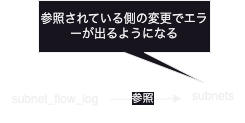
Above: error-propagation.png in paper2/terraform-for-each-error-sample (draw.io), before the change. Source tidied: cells renumbered, new cells last; positions are measured from the earlier drawing's top-left corner, leaving out a move shared by most shapes. The source it was exported from:
```xml
<mxGraphModel>
  <root>
    <mxCell id="0" />
    <mxCell id="1" parent="0" />
    <mxCell id="2" value="subnets" style="text;whiteSpace=wrap;align=center;" parent="1" vertex="1">
      <mxGeometry x="181" y="82" width="64" height="32" as="geometry" />
    </mxCell>
    <mxCell id="3" style="edgeStyle=orthogonalEdgeStyle;rounded=0;jettySize=auto;html=1;" parent="1" edge="1" source="5" target="2">
      <mxGeometry relative="1" as="geometry" />
    </mxCell>
    <mxCell id="4" value="参照" style="edgeLabel;html=1;align=center;verticalAlign=middle;" parent="3" vertex="1">
      <mxGeometry x="-0.29" y="3" relative="1" as="geometry">
        <mxPoint x="6" y="2" as="offset" />
      </mxGeometry>
    </mxCell>
    <mxCell id="5" value="subnet_flow_log" style="text;whiteSpace=wrap;align=center;fontStyle=0;" parent="1" vertex="1">
      <mxGeometry y="85" width="110" height="27.5" as="geometry" />
    </mxCell>
    <mxCell id="6" style="edgeStyle=orthogonalEdgeStyle;rounded=0;orthogonalLoop=1;jettySize=auto;html=1;exitX=0.5;exitY=1;exitDx=0;exitDy=0;" parent="1" edge="1" source="2" target="2">
      <mxGeometry relative="1" as="geometry" />
    </mxCell>
    <mxCell id="7" value="参照されている側の変更でエラーが出るようになる" style="shape=callout;whiteSpace=wrap;html=1;perimeter=calloutPerimeter;position2=0.96;" parent="1" vertex="1">
      <mxGeometry x="38" width="172" height="82" as="geometry" />
    </mxCell>
  </root>
</mxGraphModel>
```
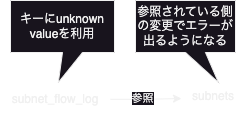
Above is the later version.

The edit, as a diff of the source:
```diff
@@ -19,8 +19,11 @@
     <mxCell id="6" style="edgeStyle=orthogonalEdgeStyle;rounded=0;orthogonalLoop=1;jettySize=auto;html=1;exitX=0.5;exitY=1;exitDx=0;exitDy=0;" parent="1" edge="1" source="2" target="2">
       <mxGeometry relative="1" as="geometry" />
     </mxCell>
-    <mxCell id="7" value="参照されている側の変更でエラーが出るようになる" style="shape=callout;whiteSpace=wrap;html=1;perimeter=calloutPerimeter;position2=0.96;" parent="1" vertex="1">
-      <mxGeometry x="38" width="172" height="82" as="geometry" />
+    <mxCell id="7" value="参照されている側の変更でエラーが出るようになる" style="shape=callout;whiteSpace=wrap;html=1;perimeter=calloutPerimeter;position2=0.83;" parent="1" vertex="1">
+      <mxGeometry x="135" width="100" height="82" as="geometry" />
     </mxCell>
+    <mxCell id="8" value="キーにunknown valueを利用" style="shape=callout;whiteSpace=wrap;html=1;perimeter=calloutPerimeter;position2=0.46;" parent="1" vertex="1">
+      <mxGeometry x="10" width="104" height="82" as="geometry" />
+    </mxCell>
   </root>
 </mxGraphModel>
```
